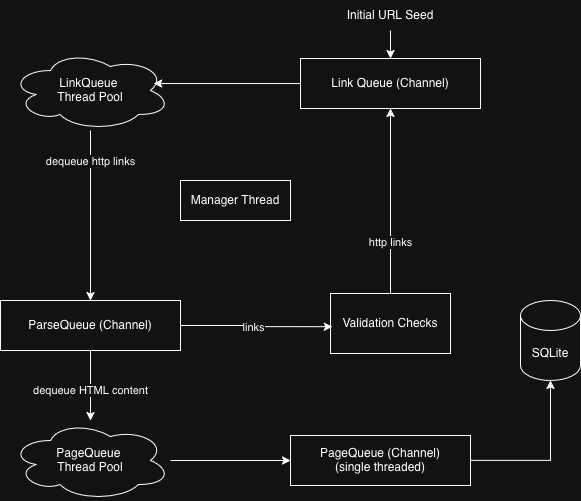
firozt/go-webcrawler keeps this draw.io diagram as images/diagram.png. Above is the earlier version. Source tidied: cells renumbered, new cells last; positions are measured from the earlier drawing's top-left corner, leaving out a move shared by most shapes.
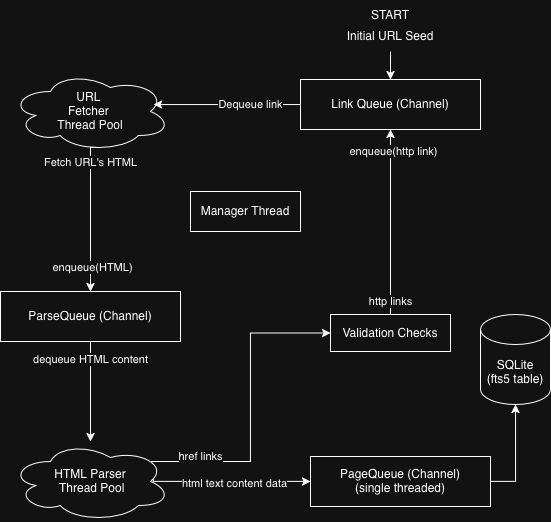
Above is the later version.

Commit message:
fixed img details

What changed in the source:
```diff
@@ -10,60 +10,88 @@
     </mxCell>
     <mxCell id="4" value="dequeue HTML content" style="edgeLabel;html=1;align=center;verticalAlign=middle;" parent="3" vertex="1">
       <mxGeometry x="-0.31" y="1" relative="1" as="geometry">
-        <mxPoint x="-1" y="16" as="offset" />
+        <mxPoint x="-1" y="-16" as="offset" />
       </mxGeometry>
     </mxCell>
     <mxCell id="5" value="ParseQueue (Channel)" style="rounded=0;whiteSpace=wrap;html=1;" parent="1" vertex="1">
-      <mxGeometry y="300" width="180" height="50" as="geometry" />
+      <mxGeometry y="270" width="180" height="50" as="geometry" />
     </mxCell>
     <mxCell id="6" style="edgeStyle=orthogonalEdgeStyle;rounded=0;jettySize=auto;html=1;" parent="1" edge="1" source="7" target="14">
-      <mxGeometry relative="1" as="geometry" />
+      <mxGeometry relative="1" as="geometry">
+        <Array as="points">
+          <mxPoint x="515" y="460" />
+        </Array>
+      </mxGeometry>
     </mxCell>
     <mxCell id="7" value="&lt;div&gt;PageQueue (Channel)&lt;/div&gt;(single threaded)" style="rounded=0;whiteSpace=wrap;html=1;" parent="1" vertex="1">
-      <mxGeometry x="290" y="435" width="180" height="50" as="geometry" />
+      <mxGeometry x="310" y="435" width="180" height="50" as="geometry" />
     </mxCell>
-    <mxCell id="8" style="edgeStyle=orthogonalEdgeStyle;rounded=0;jettySize=auto;html=1;" parent="1" edge="1" source="10" target="5">
-      <mxGeometry relative="1" as="geometry" />
+    <mxCell id="8" style="edgeStyle=orthogonalEdgeStyle;rounded=0;jettySize=auto;html=1;exitX=0.567;exitY=0.946;exitDx=0;exitDy=0;exitPerimeter=0;" parent="1" edge="1" source="10" target="5">
+      <mxGeometry relative="1" as="geometry">
+        <Array as="points">
+          <mxPoint x="90" y="126" />
+        </Array>
+      </mxGeometry>
     </mxCell>
-    <mxCell id="9" value="&lt;span&gt;&lt;span&gt;dequeue http links&lt;/span&gt;&lt;/span&gt;" style="edgeLabel;html=1;align=center;verticalAlign=middle;" parent="8" vertex="1">
-      <mxGeometry x="-0.32" y="2" relative="1" as="geometry">
-        <mxPoint x="-2" y="-28" as="offset" />
-      </mxGeometry>
-    </mxCell>
+    <mxCell id="23" value="Fetch URL's HTML" style="edgeLabel;html=1;align=center;verticalAlign=middle;" parent="8" vertex="1">
+      <mxGeometry x="-0.76" relative="1" as="geometry">
+        <mxPoint y="7" as="offset" />
+      </mxGeometry>
+    </mxCell>
+    <mxCell id="24" value="enqueue(HTML)" style="edgeLabel;html=1;align=center;verticalAlign=middle;" parent="8" vertex="1">
+      <mxGeometry x="0.68" y="2" relative="1" as="geometry" />
+    </mxCell>
-    <mxCell id="10" value="&lt;div&gt;LinkQueue&amp;nbsp;&lt;/div&gt;&lt;div&gt;Thread Pool&lt;/div&gt;" style="ellipse;shape=cloud;whiteSpace=wrap;html=1;" parent="1" vertex="1">
+    <mxCell id="10" value="URL&amp;nbsp;&lt;div&gt;Fetcher&amp;nbsp;&lt;/div&gt;&lt;div&gt;Thread Pool&lt;/div&gt;" style="ellipse;shape=cloud;whiteSpace=wrap;html=1;" parent="1" vertex="1">
       <mxGeometry x="10" y="50" width="160" height="80" as="geometry" />
     </mxCell>
     <mxCell id="11" style="edgeStyle=orthogonalEdgeStyle;rounded=0;jettySize=auto;html=1;entryX=0.894;entryY=0.413;entryDx=0;entryDy=0;entryPerimeter=0;" parent="1" edge="1" source="2" target="10">
       <mxGeometry relative="1" as="geometry" />
     </mxCell>
+    <mxCell id="25" value="Dequeue link" style="edgeLabel;html=1;align=center;verticalAlign=middle;" parent="11" vertex="1">
+      <mxGeometry x="0.05" y="3" relative="1" as="geometry">
+        <mxPoint x="27" y="-3" as="offset" />
+      </mxGeometry>
+    </mxCell>
-    <mxCell id="12" style="edgeStyle=orthogonalEdgeStyle;rounded=0;jettySize=auto;html=1;" parent="1" edge="1" source="13" target="7">
-      <mxGeometry relative="1" as="geometry" />
+    <mxCell id="12" style="edgeStyle=orthogonalEdgeStyle;rounded=0;jettySize=auto;html=1;exitX=0.892;exitY=0.464;exitDx=0;exitDy=0;exitPerimeter=0;" parent="1" edge="1" source="13" target="7">
+      <mxGeometry relative="1" as="geometry">
+        <Array as="points">
+          <mxPoint x="153" y="460" />
+        </Array>
+      </mxGeometry>
     </mxCell>
+    <mxCell id="26" value="html text content data" style="edgeLabel;html=1;align=center;verticalAlign=middle;" parent="12" vertex="1">
+      <mxGeometry x="0.04" y="-2" relative="1" as="geometry" />
+    </mxCell>
-    <mxCell id="13" value="&lt;div&gt;PageQueue&amp;nbsp;&lt;/div&gt;&lt;div&gt;Thread Pool&lt;/div&gt;" style="ellipse;shape=cloud;whiteSpace=wrap;html=1;" parent="1" vertex="1">
+    <mxCell id="13" value="&lt;div&gt;HTML Parser&lt;/div&gt;&lt;div&gt;&amp;nbsp;Thread Pool&lt;/div&gt;" style="ellipse;shape=cloud;whiteSpace=wrap;html=1;" parent="1" vertex="1">
       <mxGeometry x="10" y="420" width="160" height="80" as="geometry" />
     </mxCell>
-    <mxCell id="14" value="SQLite" style="shape=cylinder3;whiteSpace=wrap;html=1;boundedLbl=1;backgroundOutline=1;size=15;" parent="1" vertex="1">
-      <mxGeometry x="520" y="300" width="60" height="80" as="geometry" />
+    <mxCell id="14" value="&lt;div&gt;SQLite&lt;/div&gt;(fts5 table)" style="shape=cylinder3;whiteSpace=wrap;html=1;boundedLbl=1;backgroundOutline=1;size=15;" parent="1" vertex="1">
+      <mxGeometry x="480" y="293" width="70" height="90" as="geometry" />
     </mxCell>
     <mxCell id="15" style="edgeStyle=orthogonalEdgeStyle;rounded=0;jettySize=auto;html=1;" parent="1" edge="1" source="17" target="2">
       <mxGeometry relative="1" as="geometry" />
     </mxCell>
     <mxCell id="16" value="http links" style="edgeLabel;html=1;align=center;verticalAlign=middle;" parent="15" vertex="1">
       <mxGeometry x="-0.36" y="2" relative="1" as="geometry">
-        <mxPoint x="2" y="8" as="offset" />
+        <mxPoint x="2" y="46" as="offset" />
       </mxGeometry>
     </mxCell>
+    <mxCell id="27" value="enqueue(http link)" style="edgeLabel;html=1;align=center;verticalAlign=middle;" parent="15" vertex="1">
+      <mxGeometry x="0.77" y="-3" relative="1" as="geometry" />
+    </mxCell>
     <mxCell id="17" value="Validation Checks" style="rounded=0;whiteSpace=wrap;html=1;" parent="1" vertex="1">
-      <mxGeometry x="330" y="293" width="120" height="60" as="geometry" />
+      <mxGeometry x="330" y="293" width="120" height="37" as="geometry" />
     </mxCell>
-    <mxCell id="18" style="edgeStyle=orthogonalEdgeStyle;rounded=0;jettySize=auto;html=1;entryX=0.016;entryY=0.554;entryDx=0;entryDy=0;entryPerimeter=0;" parent="1" edge="1" source="5" target="17">
+    <mxCell id="18" style="edgeStyle=orthogonalEdgeStyle;rounded=0;jettySize=auto;html=1;entryX=0;entryY=0.5;entryDx=0;entryDy=0;exitX=0.88;exitY=0.25;exitDx=0;exitDy=0;exitPerimeter=0;" parent="1" edge="1" source="13" target="17">
       <mxGeometry relative="1" as="geometry" />
     </mxCell>
-    <mxCell id="19" value="links" style="edgeLabel;html=1;align=center;verticalAlign=middle;" parent="18" vertex="1">
-      <mxGeometry x="-0.05" y="-1" relative="1" as="geometry" />
+    <mxCell id="19" value="href links" style="edgeLabel;html=1;align=center;verticalAlign=middle;" parent="18" vertex="1">
+      <mxGeometry x="-0.05" y="-1" relative="1" as="geometry">
+        <mxPoint x="-51" y="41" as="offset" />
+      </mxGeometry>
     </mxCell>
     <mxCell id="20" value="Manager Thread" style="rounded=0;whiteSpace=wrap;html=1;" parent="1" vertex="1">
-      <mxGeometry x="180" y="180" width="110" height="40" as="geometry" />
+      <mxGeometry x="190" y="170" width="110" height="40" as="geometry" />
     </mxCell>
     <mxCell id="21" style="endArrow=classic;html=1;rounded=0;entryX=0.5;entryY=0;entryDx=0;entryDy=0;" parent="1" edge="1" target="2">
       <mxGeometry relative="1" as="geometry">
@@ -73,5 +101,8 @@
     <mxCell id="22" value="Initial URL Seed" style="text;html=1;whiteSpace=wrap;strokeColor=none;fillColor=none;align=center;verticalAlign=middle;rounded=0;" parent="1" vertex="1">
       <mxGeometry x="340" width="100" height="30" as="geometry" />
     </mxCell>
+    <mxCell id="28" value="START" style="text;html=1;whiteSpace=wrap;strokeColor=none;fillColor=none;align=center;verticalAlign=middle;rounded=0;" parent="1" vertex="1">
+      <mxGeometry x="340" y="-21" width="100" height="30" as="geometry" />
+    </mxCell>
   </root>
 </mxGraphModel>
```
